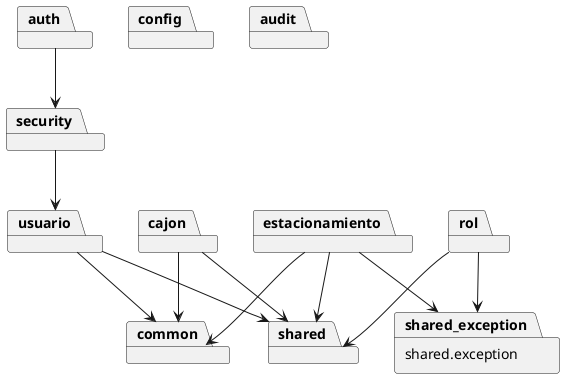
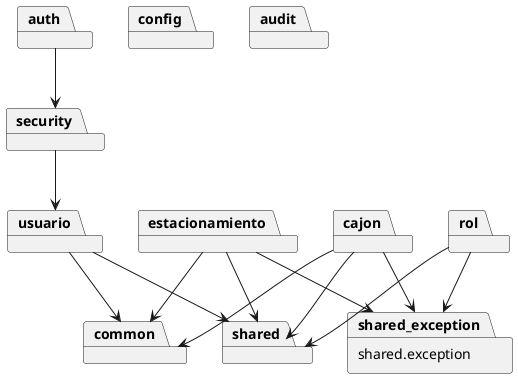
@startuml

package auth
package usuario
package rol
package estacionamiento
package cajon
package security
package common
package "shared.exception" as shared_exception
package config
package audit
package shared

auth --> security

usuario --> common
estacionamiento --> common
cajon --> common

rol --> shared_exception

security --> usuario

usuario --> shared
estacionamiento --> shared
estacionamiento --> shared_exception
cajon --> shared
+ cajon --> shared_exception
rol --> shared

@enduml

/* Creacion de packages guia para cuando los haga

src/main/java/com/parkio
│
├── auth
│   ├── controller
│   ├── service
│   ├── dto
│   └── mapper
│
├── usuario
│   ├── controller
│   ├── service
│   ├── repository
│   ├── entity
│   ├── dto
│   └── mapper
│
├── rol
│   ├── controller
│   ├── dto
│   ├── entity
│   ├── mapper
│   ├── repository
│   └── service
│
├── estacionamiento (implementado)
│   ├── controller
│   ├── service
│   ├── repository
│   ├── entity
│   ├── dto
│   └── mapper
│
- ├── cajon
+ ├── cajon (implementado)
│   ├── controller
│   ├── service
│   ├── repository
│   ├── entity
│   ├── dto
│   └── mapper
│
├── security
│   ├── filter
│   ├── service
│   └── config
│
├── common
│   ├── dto
│   ├── mapper
│   ├── constants
│   └── util
│
├── shared
│   ├── entity
│   └── exception
│
├── config
│
└── audit

*/
